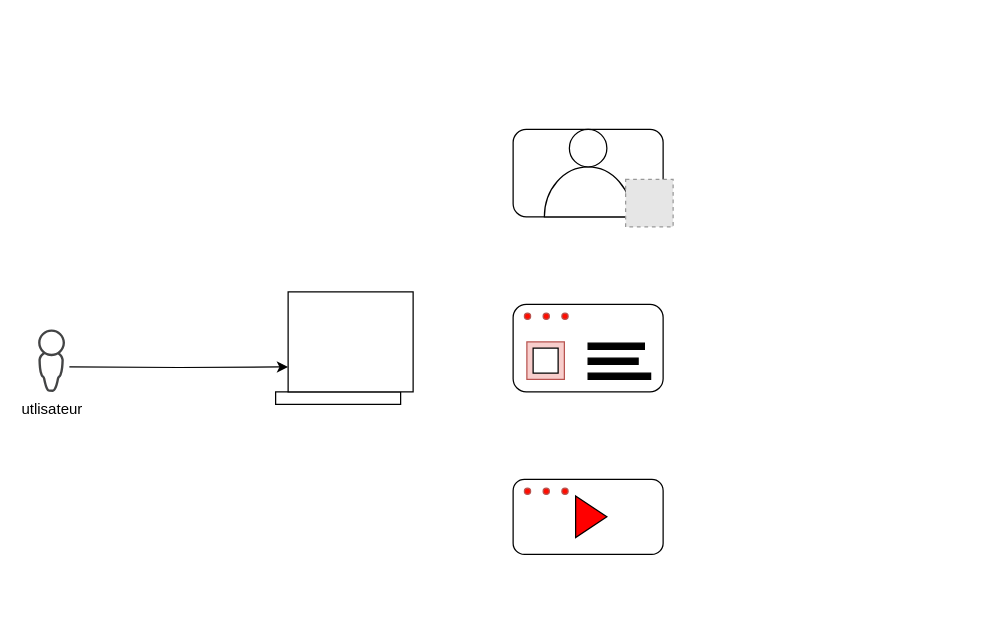
This is SAML 2.0 - Schéma SSO initié par IdP.drawio from Gu1Gos/FYC, a draw.io file, before an edit. Source tidied: cells renumbered, new cells numbered last; positions are measured from the earlier drawing's top-left corner, leaving out a move shared by most shapes. Both pictures are drawn from the tidied source at 125%, with x=0, y=0 at pixel (38, 129). Pictures stored in the file or linked from it are replaced by grey dashed boxes.
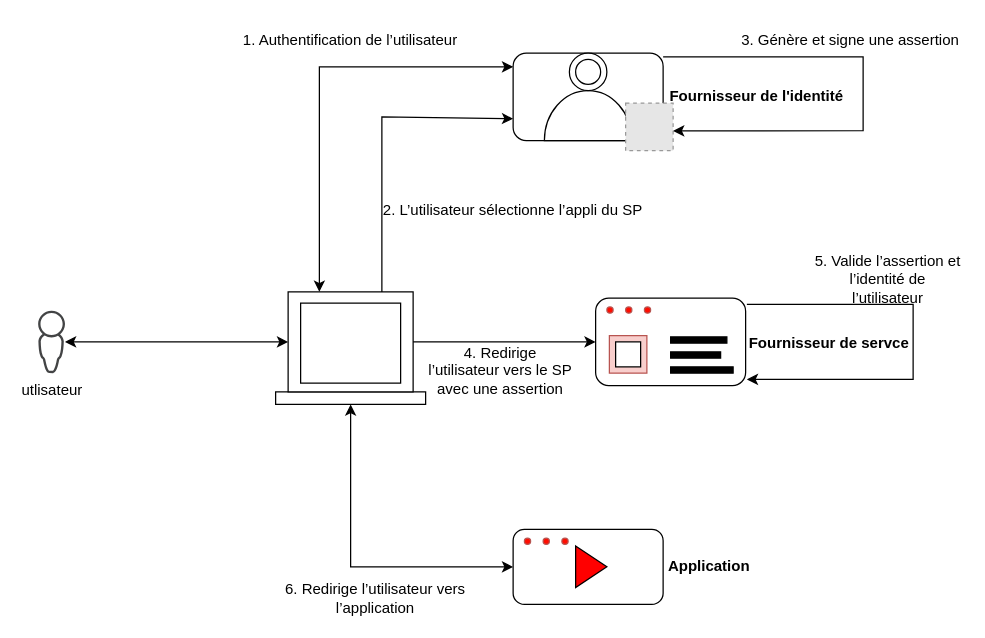
After the change.

Commit message:
Mettre à jour SAML 2.0 - Schéma SSO initié par IdP.drawio

Unchanged cells that the change refers to:
```xml
<mxCell id="6" style="rounded=0;whiteSpace=wrap;html=1;" parent="1" vertex="1">
  <mxGeometry x="200" y="130" width="100" height="80" as="geometry" />
</mxCell>
```

What changed in the source:
```diff
@@
     <mxCell id="2" style="rounded=1;whiteSpace=wrap;html=1;" parent="1" vertex="1">
-      <mxGeometry x="380" y="140" width="120" height="70" as="geometry" />
+      <mxGeometry x="446" y="135" width="120" height="70" as="geometry" />
     </mxCell>
     <mxCell id="3" style="rounded=0;whiteSpace=wrap;html=1;fillColor=#f8cecc;strokeColor=#b85450;" parent="1" vertex="1">
-      <mxGeometry x="391" y="170" width="30" height="30" as="geometry" />
+      <mxGeometry x="457" y="165" width="30" height="30" as="geometry" />
     </mxCell>
-    <mxCell id="4" style="edgeStyle=orthogonalEdgeStyle;rounded=0;jettySize=auto;html=1;entryX=0;entryY=0.75;entryDx=0;entryDy=0;exitX=0.5;exitY=0.5;exitDx=0;exitDy=0;exitPerimeter=0;" parent="1" edge="1" target="6">
-      <mxGeometry relative="1" as="geometry">
-        <mxPoint x="25" y="190" as="sourcePoint" />
-      </mxGeometry>
-    </mxCell>
     <mxCell id="5" style="rounded=0;whiteSpace=wrap;html=1;" parent="1" vertex="1">
-      <mxGeometry x="190" y="210" width="100" height="10" as="geometry" />
+      <mxGeometry x="190" y="210" width="120" height="10" as="geometry" />
     </mxCell>
@@
     <mxCell id="7" style="rounded=1;whiteSpace=wrap;html=1;" parent="1" vertex="1">
-      <mxGeometry x="380" width="120" height="70" as="geometry" />
+      <mxGeometry x="380" y="-61" width="120" height="70" as="geometry" />
     </mxCell>
     <mxCell id="8" style="rounded=1;whiteSpace=wrap;html=1;" parent="1" vertex="1">
-      <mxGeometry x="380" y="280" width="120" height="60" as="geometry" />
+      <mxGeometry x="380" y="320" width="120" height="60" as="geometry" />
     </mxCell>
     <mxCell id="9" style="verticalLabelPosition=bottom;verticalAlign=top;html=1;shape=mxgraph.basic.half_circle;rotation=-180;" parent="1" vertex="1">
-      <mxGeometry x="405" y="30" width="70" height="40" as="geometry" />
+      <mxGeometry x="405" y="-31" width="70" height="40" as="geometry" />
     </mxCell>
     <mxCell id="10" style="ellipse;whiteSpace=wrap;html=1;" parent="1" vertex="1">
-      <mxGeometry x="425" width="30" height="30" as="geometry" />
+      <mxGeometry x="425" y="-61" width="30" height="30" as="geometry" />
     </mxCell>
     <mxCell id="11" value="utlisateur" style="sketch=0;shadow=0;dashed=0;html=1;strokeColor=none;fillColor=#434445;labelPosition=center;verticalLabelPosition=bottom;verticalAlign=top;align=center;outlineConnect=0;shape=mxgraph.vvd.administrator;" parent="1" vertex="1">
-      <mxGeometry y="160" width="21.5" height="50" as="geometry" />
+      <mxGeometry y="145" width="21.5" height="50" as="geometry" />
     </mxCell>
     <mxCell id="12" style="group;" parent="1" vertex="1">
-      <mxGeometry x="384" y="147" width="50" height="10" as="geometry" />
+      <mxGeometry x="450" y="142" width="50" height="10" as="geometry" />
     </mxCell>
@@
     <mxCell id="16" style="rounded=0;whiteSpace=wrap;html=1;" parent="1" vertex="1">
-      <mxGeometry x="396" y="175" width="20" height="20" as="geometry" />
+      <mxGeometry x="462" y="170" width="20" height="20" as="geometry" />
     </mxCell>
     <mxCell id="17" style="fillColor=#E6E6E6;strokeColor=#999999;dashed=1;html=1;verticalAlign=top;verticalLabelPosition=bottom;labelBackgroundColor=#ffffff;" parent="1" vertex="1">
-      <mxGeometry x="470" y="40" width="38" height="38" as="geometry" />
+      <mxGeometry x="470" y="-21" width="38" height="38" as="geometry" />
     </mxCell>
     <mxCell id="18" style="rounded=0;whiteSpace=wrap;html=1;fillColor=#000000;" parent="1" vertex="1">
-      <mxGeometry x="440" y="195" width="50" height="5" as="geometry" />
+      <mxGeometry x="506" y="190" width="50" height="5" as="geometry" />
     </mxCell>
     <mxCell id="19" style="rounded=0;whiteSpace=wrap;html=1;fillColor=#000000;" parent="1" vertex="1">
-      <mxGeometry x="440" y="171" width="45" height="5" as="geometry" />
+      <mxGeometry x="506" y="166" width="45" height="5" as="geometry" />
     </mxCell>
     <mxCell id="20" style="rounded=0;whiteSpace=wrap;html=1;fillColor=#000000;" parent="1" vertex="1">
-      <mxGeometry x="440" y="183" width="40" height="5" as="geometry" />
+      <mxGeometry x="506" y="178" width="40" height="5" as="geometry" />
     </mxCell>
     <mxCell id="21" style="ellipse;whiteSpace=wrap;html=1;fillColor=#ff0d00;strokeColor=#b85450;" parent="1" vertex="1">
-      <mxGeometry x="419" y="287" width="5" height="5" as="geometry" />
+      <mxGeometry x="419" y="327" width="5" height="5" as="geometry" />
     </mxCell>
     <mxCell id="22" style="ellipse;whiteSpace=wrap;html=1;fillColor=#ff0d00;strokeColor=#b85450;" parent="1" vertex="1">
-      <mxGeometry x="404" y="287" width="5" height="5" as="geometry" />
+      <mxGeometry x="404" y="327" width="5" height="5" as="geometry" />
     </mxCell>
     <mxCell id="23" style="ellipse;whiteSpace=wrap;html=1;fillColor=#ff0d00;strokeColor=#b85450;" parent="1" vertex="1">
-      <mxGeometry x="389" y="287" width="5" height="5" as="geometry" />
+      <mxGeometry x="389" y="327" width="5" height="5" as="geometry" />
     </mxCell>
     <mxCell id="24" style="triangle;whiteSpace=wrap;html=1;fillColor=#ff0000;" parent="1" vertex="1">
-      <mxGeometry x="430" y="293.3" width="25" height="33.3" as="geometry" />
+      <mxGeometry x="430" y="333.3" width="25" height="33.3" as="geometry" />
     </mxCell>
+    <mxCell id="25" style="endArrow=classic;startArrow=classic;html=1;rounded=0;entryX=0;entryY=0.5;entryDx=0;entryDy=0;" parent="1" edge="1" source="11" target="6">
+      <mxGeometry relative="1" as="geometry" />
+    </mxCell>
+    <mxCell id="26" style="endArrow=classic;startArrow=classic;html=1;rounded=0;entryX=0;entryY=0.157;entryDx=0;entryDy=0;exitX=0.25;exitY=0;exitDx=0;exitDy=0;entryPerimeter=0;" parent="1" edge="1" source="6" target="7">
+      <mxGeometry relative="1" as="geometry">
+        <Array as="points">
+          <mxPoint x="225" y="-50" />
+        </Array>
+      </mxGeometry>
+    </mxCell>
+    <mxCell id="27" style="endArrow=classic;startArrow=classic;html=1;rounded=0;entryX=0;entryY=0.5;entryDx=0;entryDy=0;exitX=0.5;exitY=1;exitDx=0;exitDy=0;" parent="1" edge="1" source="5" target="8">
+      <mxGeometry relative="1" as="geometry">
+        <Array as="points">
+          <mxPoint x="250" y="350" />
+        </Array>
+      </mxGeometry>
+    </mxCell>
+    <mxCell id="28" style="endArrow=classic;html=1;rounded=0;exitX=1;exitY=0;exitDx=0;exitDy=0;" parent="1" edge="1">
+      <mxGeometry relative="1" as="geometry">
+        <mxPoint x="500" y="-58" as="sourcePoint" />
+        <mxPoint x="508" y="1.2" as="targetPoint" />
+        <Array as="points">
+          <mxPoint x="660" y="-58" />
+          <mxPoint x="660" y="1" />
+        </Array>
+      </mxGeometry>
+    </mxCell>
+    <mxCell id="29" style="endArrow=classic;html=1;rounded=0;" parent="1" edge="1">
+      <mxGeometry relative="1" as="geometry">
+        <mxPoint x="567" y="140" as="sourcePoint" />
+        <mxPoint x="567" y="200" as="targetPoint" />
+        <Array as="points">
+          <mxPoint x="700" y="140" />
+          <mxPoint x="700" y="200" />
+        </Array>
+      </mxGeometry>
+    </mxCell>
+    <mxCell id="30" style="endArrow=classic;html=1;rounded=0;exitX=1;exitY=0.5;exitDx=0;exitDy=0;endSize=6;entryX=0;entryY=0.5;entryDx=0;entryDy=0;" parent="1" edge="1" source="6" target="2">
+      <mxGeometry relative="1" as="geometry" />
+    </mxCell>
+    <mxCell id="31" style="ellipse;whiteSpace=wrap;html=1;" parent="1" vertex="1">
+      <mxGeometry x="430" y="-56" width="20" height="20" as="geometry" />
+    </mxCell>
+    <mxCell id="32" style="whiteSpace=wrap;html=1;" parent="1" vertex="1">
+      <mxGeometry x="210" y="139" width="80" height="64" as="geometry" />
+    </mxCell>
+    <mxCell id="33" value="3.&amp;nbsp;Génère et signe une assertion" style="text;html=1;strokeColor=none;fillColor=none;align=center;verticalAlign=middle;whiteSpace=wrap;rounded=0;" parent="1" vertex="1">
+      <mxGeometry x="560" y="-86" width="180" height="30" as="geometry" />
+    </mxCell>
+    <mxCell id="34" value="2.&amp;nbsp;L’utilisateur sélectionne l’appli du SP" style="text;html=1;strokeColor=none;fillColor=none;align=center;verticalAlign=middle;whiteSpace=wrap;rounded=0;" parent="1" vertex="1">
+      <mxGeometry x="275" y="50" width="210" height="30" as="geometry" />
+    </mxCell>
+    <mxCell id="35" value="4. Redirige l’utilisateur vers le SP avec une assertion" style="text;html=1;strokeColor=none;fillColor=none;align=center;verticalAlign=middle;whiteSpace=wrap;rounded=0;" parent="1" vertex="1">
+      <mxGeometry x="310" y="178" width="120" height="30" as="geometry" />
+    </mxCell>
+    <mxCell id="36" style="endArrow=classic;html=1;rounded=0;exitX=0.75;exitY=0;exitDx=0;exitDy=0;endSize=6;entryX=0;entryY=0.75;entryDx=0;entryDy=0;" parent="1" edge="1" source="6" target="7">
+      <mxGeometry relative="1" as="geometry">
+        <Array as="points">
+          <mxPoint x="275" y="-10" />
+        </Array>
+      </mxGeometry>
+    </mxCell>
+    <mxCell id="37" value="1. Authentification de l’utilisateur" style="text;html=1;strokeColor=none;fillColor=none;align=center;verticalAlign=middle;whiteSpace=wrap;rounded=0;" parent="1" vertex="1">
+      <mxGeometry x="160" y="-86" width="180" height="30" as="geometry" />
+    </mxCell>
+    <mxCell id="38" value="&lt;b&gt;Fournisseur de l'identité&lt;/b&gt;" style="text;html=1;strokeColor=none;fillColor=none;align=center;verticalAlign=middle;whiteSpace=wrap;rounded=0;" parent="1" vertex="1">
+      <mxGeometry x="485" y="-41" width="180" height="30" as="geometry" />
+    </mxCell>
+    <mxCell id="39" value="&lt;b&gt;Fournisseur de servce&lt;/b&gt;" style="text;html=1;strokeColor=none;fillColor=none;align=center;verticalAlign=middle;whiteSpace=wrap;rounded=0;" parent="1" vertex="1">
+      <mxGeometry x="543" y="156" width="180" height="30" as="geometry" />
+    </mxCell>
+    <mxCell id="40" value="5.&amp;nbsp;Valide l’assertion et l’identité de l’utilisateur" style="text;html=1;strokeColor=none;fillColor=none;align=center;verticalAlign=middle;whiteSpace=wrap;rounded=0;" parent="1" vertex="1">
+      <mxGeometry x="620" y="105" width="120" height="30" as="geometry" />
+    </mxCell>
+    <mxCell id="41" value="&lt;div&gt;6. Redirige l’utilisateur vers l’application&lt;/div&gt;" style="text;html=1;strokeColor=none;fillColor=none;align=center;verticalAlign=middle;whiteSpace=wrap;rounded=0;" parent="1" vertex="1">
+      <mxGeometry x="190" y="360" width="160" height="30" as="geometry" />
+    </mxCell>
+    <mxCell id="42" value="&lt;b&gt;Application&lt;/b&gt;" style="text;html=1;strokeColor=none;fillColor=none;align=center;verticalAlign=middle;whiteSpace=wrap;rounded=0;" parent="1" vertex="1">
+      <mxGeometry x="447" y="335" width="180" height="30" as="geometry" />
+    </mxCell>
```
